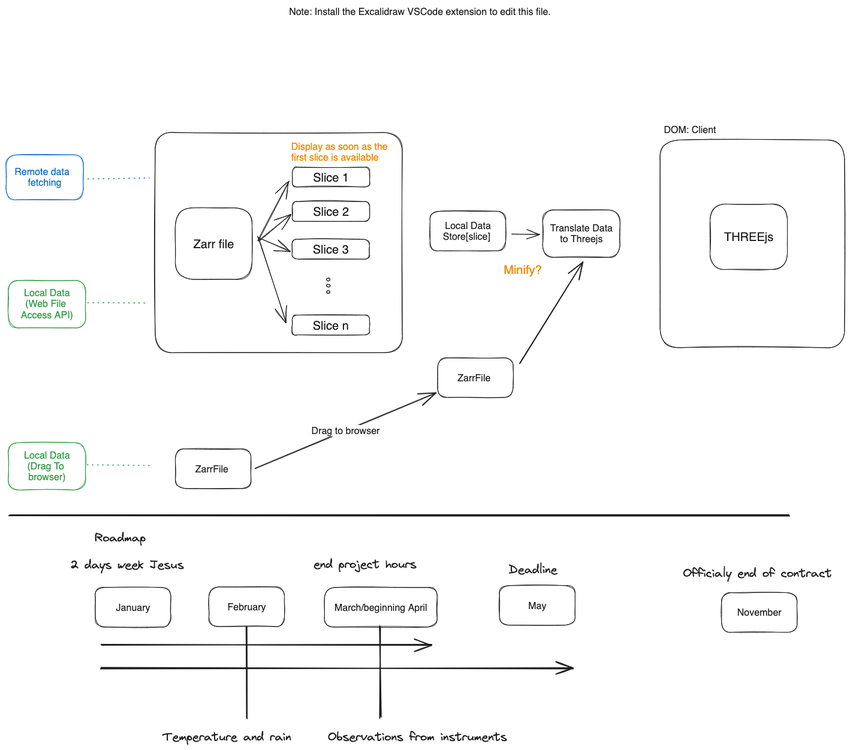
Before: DIAGRAM.excalidraw.png, a diagram exported from Excalidraw (NLeSC/zarrviz). Source tidied: one line per element, renumbered; positions are measured from the earlier drawing's top-left corner, leaving out a move shared by most shapes.
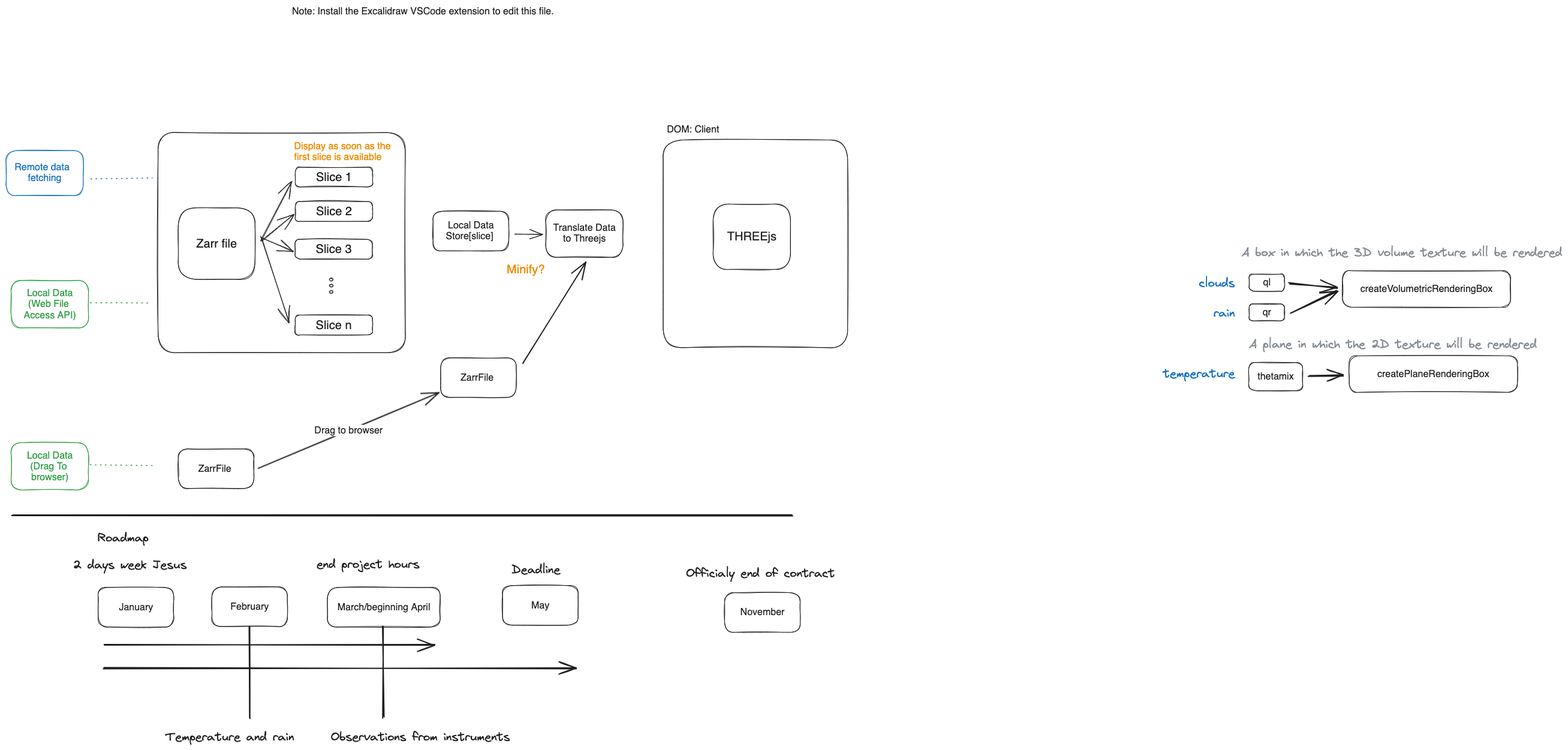
Later version of the same file.

The edit, as a diff of the source:
```diff
@@ -26,19 +26,19 @@
 {"id": 25, "type": "text", "text": "Local Data\nStore[slice] ", "strokeColor": "#1e1e1e", "strokeWidth": 1, "roughness": 1, "fontSize": 16, "fontFamily": 2, "textAlign": "center", "verticalAlign": "middle", "inside": 24, "x": 729, "y": 357, "width": 84, "height": 37}
 {"id": 26, "type": "rectangle", "strokeColor": "#1e1e1e", "strokeWidth": 1, "roughness": 1, "round": true, "x": 1091, "y": 224, "width": 308, "height": 346}
 {"id": 27, "type": "text", "text": "DOM: Client", "strokeColor": "#1e1e1e", "strokeWidth": 1, "roughness": 1, "fontSize": 16, "fontFamily": 2, "x": 1097, "y": 197, "width": 87, "height": 18}
-{"id": 28, "type": "rectangle", "strokeColor": "#1971c2", "strokeWidth": 1, "roughness": 1, "round": true, "x": 0, "y": 248, "width": 129, "height": 75}
+{"id": 28, "type": "rectangle", "strokeColor": "#1971c2", "strokeWidth": 1, "roughness": 1, "round": true, "x": -5, "y": 241, "width": 129, "height": 75}
-{"id": 29, "type": "text", "text": "Remote data  \nfetching", "strokeColor": "#1971c2", "strokeWidth": 1, "roughness": 1, "fontSize": 16, "fontFamily": 2, "textAlign": "center", "verticalAlign": "middle", "inside": 28, "x": 14, "y": 267, "width": 100, "height": 37}
+{"id": 29, "type": "text", "text": "Remote data  \nfetching", "strokeColor": "#1971c2", "strokeWidth": 1, "roughness": 1, "fontSize": 16, "fontFamily": 2, "textAlign": "center", "verticalAlign": "middle", "inside": 28, "x": 9, "y": 260, "width": 100, "height": 37}
 {"id": 30, "type": "rectangle", "strokeColor": "#2f9e44", "strokeWidth": 1, "roughness": 1, "round": true, "x": 4, "y": 458, "width": 129, "height": 79}
 {"id": 31, "type": "text", "text": "Local Data\n(Web File \nAccess API)", "strokeColor": "#2f9e44", "strokeWidth": 1, "roughness": 1, "fontSize": 16, "fontFamily": 2, "textAlign": "center", "verticalAlign": "middle", "inside": 30, "x": 25, "y": 470, "width": 87, "height": 55}
 {"id": 32, "type": "line", "strokeColor": "#1971c2", "strokeWidth": 1, "strokeStyle": "dotted", "roughness": 1, "round": true, "x": 136, "y": 287, "width": 103, "height": 0, "points": [[0, 0], [103, 0]]}
 {"id": 33, "type": "line", "strokeColor": "#2f9e44", "strokeWidth": 1, "strokeStyle": "dotted", "roughness": 1, "round": true, "x": 136, "y": 496, "width": 103, "height": 0, "points": [[0, 0], [103, 0]]}
 {"id": 34, "type": "arrow", "strokeColor": "#1e1e1e", "strokeWidth": 1, "roughness": 1, "endArrowhead": "arrow", "round": true, "from": 24, "to": 17, "x": 844, "y": 381, "width": 47, "height": 0, "points": [[0, 0], [47, 0]]}
 {"id": 35, "type": "text", "text": "Minify?", "strokeColor": "#f08c00", "strokeWidth": 1, "roughness": 1, "fontSize": 20, "fontFamily": 2, "x": 830, "y": 428, "width": 63, "height": 23}
-{"id": 36, "type": "rectangle", "strokeColor": "#1e1e1e", "strokeWidth": 1, "roughness": 1, "round": true, "x": 283, "y": 739, "width": 126, "height": 66}
-{"id": 37, "type": "text", "text": "ZarrFile ", "strokeColor": "#1e1e1e", "strokeWidth": 1, "roughness": 1, "fontSize": 16, "fontFamily": 2, "textAlign": "center", "verticalAlign": "middle", "inside": 36, "x": 316, "y": 763, "width": 60, "height": 18}
+{"id": 68, "type": "rectangle", "strokeColor": "#1e1e1e", "strokeWidth": 1, "roughness": 1, "round": true, "x": 283, "y": 739, "width": 126, "height": 66}
+{"id": 69, "type": "text", "text": "ZarrFile ", "strokeColor": "#1e1e1e", "strokeWidth": 1, "roughness": 1, "fontSize": 16, "fontFamily": 2, "textAlign": "center", "verticalAlign": "middle", "inside": 68, "x": 316, "y": 763, "width": 60, "height": 18}
 {"id": 38, "type": "rectangle", "strokeColor": "#1e1e1e", "strokeWidth": 1, "roughness": 1, "round": true, "x": 720, "y": 587, "width": 126, "height": 66}
 {"id": 39, "type": "text", "text": "ZarrFile ", "strokeColor": "#1e1e1e", "strokeWidth": 1, "roughness": 1, "fontSize": 16, "fontFamily": 2, "textAlign": "center", "verticalAlign": "middle", "inside": 38, "x": 753, "y": 611, "width": 60, "height": 18}
-{"id": 40, "type": "arrow", "strokeColor": "#1e1e1e", "strokeWidth": 2, "roughness": 0, "endArrowhead": "arrow", "round": true, "from": 36, "to": 38, "x": 416, "y": 771, "width": 301, "height": 126, "points": [[0, 0], [301, -126]]}
+{"id": 40, "type": "arrow", "strokeColor": "#1e1e1e", "strokeWidth": 2, "roughness": 0, "endArrowhead": "arrow", "round": true, "from": 68, "to": 38, "x": 416, "y": 771, "width": 301, "height": 126, "points": [[0, 0], [301, -126]]}
 {"id": 41, "type": "text", "text": "Drag to browser", "strokeColor": "#1e1e1e", "strokeWidth": 2, "roughness": 1, "fontSize": 16, "fontFamily": 2, "textAlign": "center", "verticalAlign": "middle", "inside": 40, "x": 539, "y": 734, "width": 114, "height": 18}
 {"id": 42, "type": "arrow", "strokeColor": "#1e1e1e", "strokeWidth": 2, "roughness": 0, "endArrowhead": "arrow", "round": true, "from": 38, "to": 17, "x": 857, "y": 596, "width": 105, "height": 169, "points": [[0, 0], [105, -169]]}
 {"id": 43, "type": "rectangle", "strokeColor": "#2f9e44", "strokeWidth": 1, "roughness": 1, "round": true, "x": 4, "y": 728, "width": 129, "height": 79}
@@ -66,3 +66,21 @@
 {"id": 65, "type": "line", "strokeColor": "#1e1e1e", "strokeWidth": 2, "roughness": 1, "round": true, "x": 401, "y": 1035, "width": 0, "height": 153, "points": [[0, 0], [0, 153]]}
 {"id": 66, "type": "line", "strokeColor": "#1e1e1e", "strokeWidth": 2, "roughness": 1, "round": true, "x": 624, "y": 1035, "width": 0, "height": 153, "points": [[0, 0], [0, 153]]}
 {"id": 67, "type": "text", "text": "Observations from instruments", "strokeColor": "#1e1e1e", "strokeWidth": 2, "roughness": 1, "fontSize": 20, "fontFamily": 1, "x": 537, "y": 1207, "width": 299, "height": 25}
+{"id": 70, "type": "rectangle", "strokeColor": "#1e1e1e", "strokeWidth": 1, "roughness": 1, "round": true, "x": 2068, "y": 447, "width": 59, "height": 28}
+{"id": 71, "type": "text", "text": "ql", "strokeColor": "#1e1e1e", "strokeWidth": 1, "roughness": 1, "fontSize": 16, "fontFamily": 2, "textAlign": "center", "verticalAlign": "middle", "inside": 70, "x": 2092, "y": 452, "width": 12, "height": 18}
+{"id": 72, "type": "rectangle", "strokeColor": "#1e1e1e", "strokeWidth": 1, "roughness": 1, "round": true, "x": 2068, "y": 497, "width": 59, "height": 28}
+{"id": 73, "type": "text", "text": "qr", "strokeColor": "#1e1e1e", "strokeWidth": 1, "roughness": 1, "fontSize": 16, "fontFamily": 2, "textAlign": "center", "verticalAlign": "middle", "inside": 72, "x": 2091, "y": 502, "width": 14, "height": 18}
+{"id": 36, "type": "rectangle", "strokeColor": "#1e1e1e", "strokeWidth": 1, "roughness": 1, "round": true, "x": 2068, "y": 595, "width": 90, "height": 47}
+{"id": 37, "type": "text", "text": "thetamix", "strokeColor": "#1e1e1e", "strokeWidth": 1, "roughness": 1, "fontSize": 16, "fontFamily": 2, "textAlign": "center", "verticalAlign": "middle", "inside": 36, "x": 2082, "y": 609, "width": 60, "height": 18}
+{"id": 74, "type": "rectangle", "strokeColor": "#1e1e1e", "strokeWidth": 1, "roughness": 1, "round": true, "x": 2224, "y": 442, "width": 280, "height": 61}
+{"id": 75, "type": "text", "text": "createVolumetricRenderingBox", "strokeColor": "#1e1e1e", "strokeWidth": 1, "roughness": 1, "fontSize": 16, "fontFamily": 2, "textAlign": "center", "verticalAlign": "middle", "inside": 74, "x": 2254, "y": 463, "width": 221, "height": 18}
+{"id": 76, "type": "arrow", "strokeColor": "#1e1e1e", "strokeWidth": 2, "roughness": 1, "endArrowhead": "arrow", "round": true, "from": 70, "to": 74, "x": 2135, "y": 462, "width": 80, "height": 8, "points": [[0, 0], [80, 8]]}
+{"id": 77, "type": "arrow", "strokeColor": "#1e1e1e", "strokeWidth": 2, "roughness": 1, "endArrowhead": "arrow", "round": true, "from": 72, "to": 74, "x": 2138, "y": 511, "width": 77, "height": 37, "points": [[0, 0], [77, -37]]}
+{"id": 78, "type": "rectangle", "strokeColor": "#1e1e1e", "strokeWidth": 1, "roughness": 1, "round": true, "x": 2235, "y": 584, "width": 280, "height": 61}
+{"id": 79, "type": "text", "text": "createPlaneRenderingBox", "strokeColor": "#1e1e1e", "strokeWidth": 1, "roughness": 1, "fontSize": 16, "fontFamily": 2, "textAlign": "center", "verticalAlign": "middle", "inside": 78, "x": 2282, "y": 605, "width": 187, "height": 18}
+{"id": 80, "type": "arrow", "strokeColor": "#1e1e1e", "strokeWidth": 2, "roughness": 1, "endArrowhead": "arrow", "round": true, "from": 36, "to": 78, "x": 2168, "y": 618, "width": 57, "height": 1, "points": [[0, 0], [57, -1]]}
+{"id": 81, "type": "text", "text": "A box in which the 3D volume texture will be rendered", "strokeColor": "#868e96", "strokeWidth": 2, "roughness": 1, "fontSize": 20, "fontFamily": 1, "x": 2056, "y": 399, "width": 535, "height": 25}
+{"id": 82, "type": "text", "text": "A plane in which the 2D texture will be rendered", "strokeColor": "#868e96", "strokeWidth": 2, "roughness": 1, "fontSize": 20, "fontFamily": 1, "x": 2068, "y": 552, "width": 480, "height": 25}
+{"id": 83, "type": "text", "text": "clouds", "strokeColor": "#1971c2", "strokeWidth": 2, "roughness": 1, "fontSize": 20, "fontFamily": 1, "x": 1985, "y": 450, "width": 60, "height": 25}
+{"id": 84, "type": "text", "text": "rain", "strokeColor": "#1971c2", "strokeWidth": 2, "roughness": 1, "fontSize": 20, "fontFamily": 1, "x": 2009, "y": 500, "width": 36, "height": 25}
+{"id": 85, "type": "text", "text": "temperature", "strokeColor": "#1971c2", "strokeWidth": 2, "roughness": 1, "fontSize": 20, "fontFamily": 1, "x": 1925, "y": 601, "width": 120, "height": 25}
```
